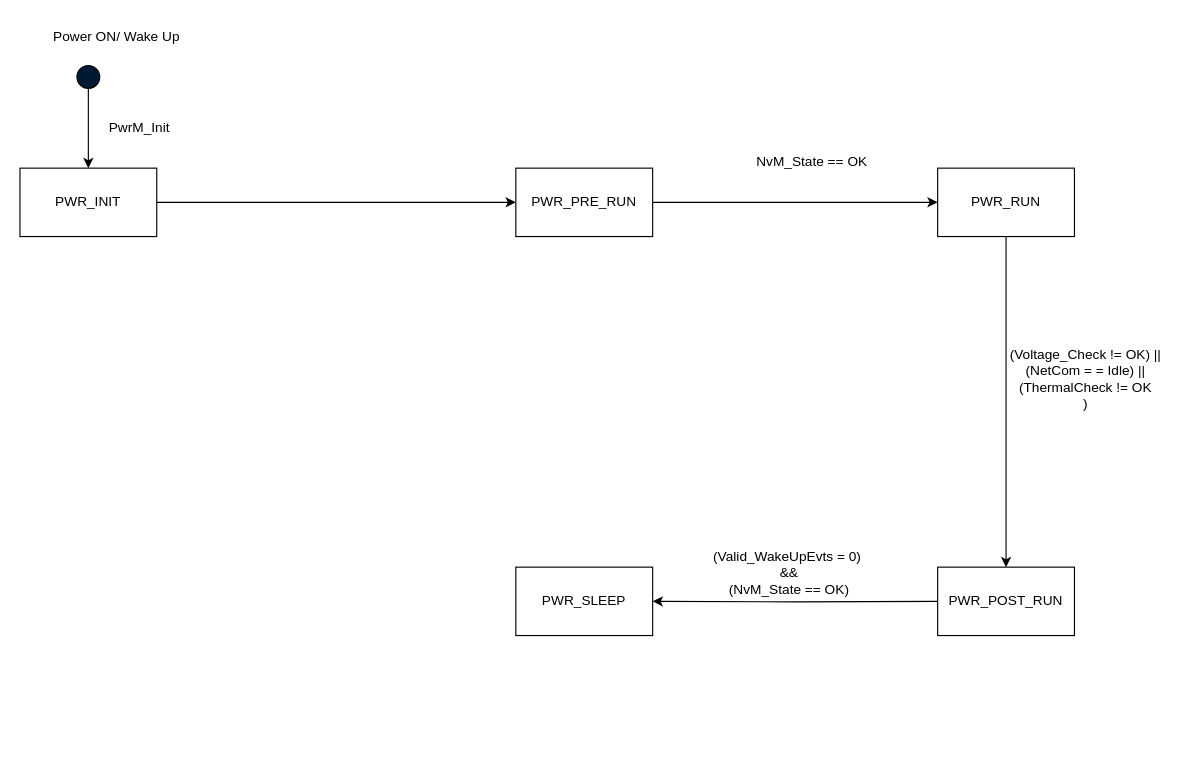
Before: Untitled Diagram.drawio in zyqiang0713/hello_world, a draw.io diagram. Source tidied: cells renumbered, new cells numbered last; positions are measured from the earlier drawing's top-left corner, leaving out a move shared by most shapes. Both pictures are drawn from the tidied source at 114%, with x=0, y=0 at pixel (19, 19).
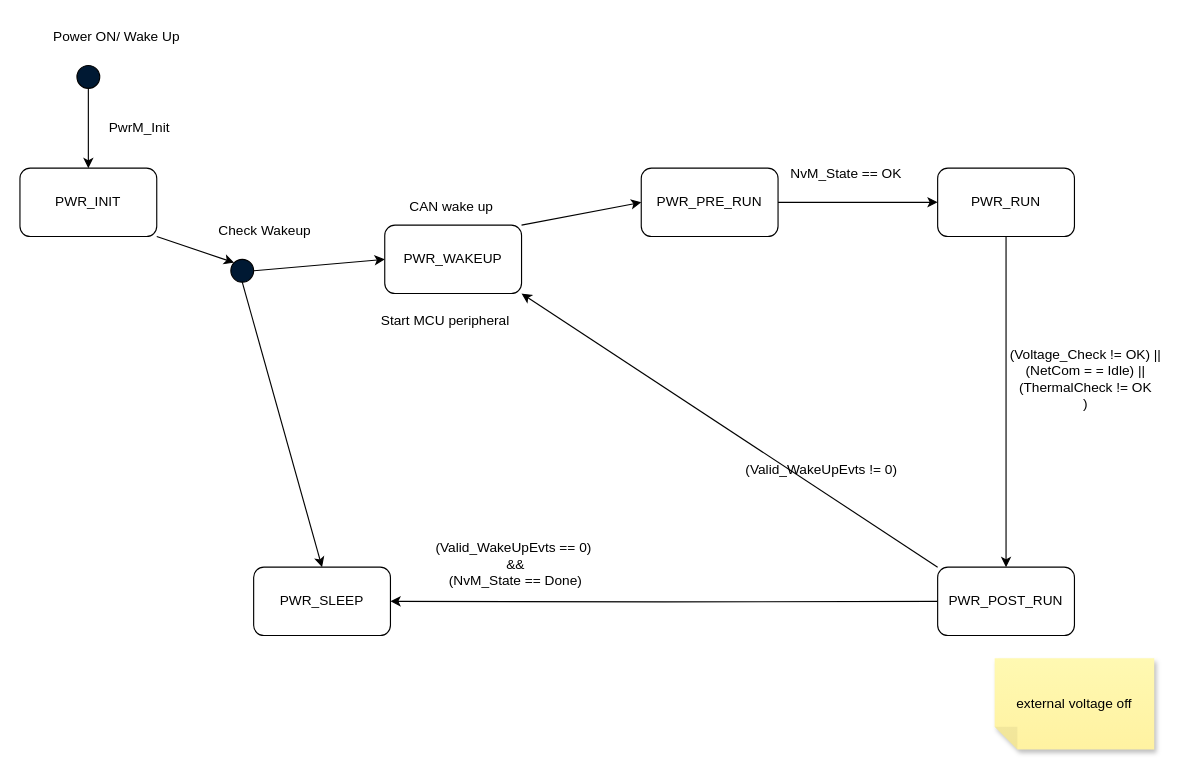
The same page after the edit.

Diff of the diagram source:
```diff
@@
-    <mxCell id="3" value="PWR_PRE_RUN" style="rounded=0;whiteSpace=wrap;html=1;" parent="1" vertex="1">
-      <mxGeometry x="435" y="130" width="120" height="60" as="geometry" />
+    <mxCell id="3" value="PWR_PRE_RUN" style="rounded=1;whiteSpace=wrap;html=1;gradientColor=none;glass=0;" parent="1" vertex="1">
+      <mxGeometry x="545" y="130" width="120" height="60" as="geometry" />
     </mxCell>
@@
-    <mxCell id="5" value="PWR_RUN" style="rounded=0;whiteSpace=wrap;html=1;" parent="1" vertex="1">
+    <mxCell id="5" value="PWR_RUN" style="rounded=1;whiteSpace=wrap;html=1;" parent="1" vertex="1">
       <mxGeometry x="805" y="130" width="120" height="60" as="geometry" />
     </mxCell>
-    <mxCell id="6" style="edgeStyle=orthogonalEdgeStyle;rounded=0;jettySize=auto;html=1;exitX=1;exitY=0.5;exitDx=0;exitDy=0;" parent="1" edge="1" source="7" target="3">
-      <mxGeometry relative="1" as="geometry" />
-    </mxCell>
-    <mxCell id="7" value="PWR_INIT" style="rounded=0;whiteSpace=wrap;html=1;" parent="1" vertex="1">
+    <mxCell id="7" value="PWR_INIT" style="rounded=1;whiteSpace=wrap;html=1;" parent="1" vertex="1">
       <mxGeometry y="130" width="120" height="60" as="geometry" />
     </mxCell>
@@
-    <mxCell id="9" value="&lt;div&gt;PWR_POST_RUN&lt;/div&gt;" style="rounded=0;whiteSpace=wrap;html=1;" parent="1" vertex="1">
+    <mxCell id="9" value="&lt;div&gt;PWR_POST_RUN&lt;/div&gt;" style="rounded=1;whiteSpace=wrap;html=1;" parent="1" vertex="1">
       <mxGeometry x="805" y="480" width="120" height="60" as="geometry" />
     </mxCell>
-    <mxCell id="10" value="&lt;div&gt;PWR_SLEEP&lt;/div&gt;" style="rounded=0;whiteSpace=wrap;html=1;" parent="1" vertex="1">
-      <mxGeometry x="435" y="480" width="120" height="60" as="geometry" />
+    <mxCell id="10" value="&lt;div&gt;PWR_SLEEP&lt;/div&gt;" style="rounded=1;whiteSpace=wrap;html=1;" parent="1" vertex="1">
+      <mxGeometry x="205" y="480" width="120" height="60" as="geometry" />
     </mxCell>
@@
     <mxCell id="15" value="&lt;div&gt;NvM_State == OK&lt;/div&gt;" style="text;strokeColor=none;align=center;fillColor=none;html=1;verticalAlign=middle;whiteSpace=wrap;rounded=0;" parent="1" vertex="1">
-      <mxGeometry x="635" y="110" width="120" height="30" as="geometry" />
+      <mxGeometry x="665" y="120" width="120" height="30" as="geometry" />
     </mxCell>
@@
-    <mxCell id="17" value="&lt;div&gt;(Valid_WakeUpEvts = 0)&amp;nbsp;&lt;/div&gt;&lt;div&gt;&amp;amp;&amp;amp;&lt;/div&gt;&lt;div&gt;(NvM_State == OK)&lt;br&gt;&lt;/div&gt;" style="text;strokeColor=none;align=center;fillColor=none;html=1;verticalAlign=middle;whiteSpace=wrap;rounded=0;" parent="1" vertex="1">
-      <mxGeometry x="585" y="470" width="180" height="30" as="geometry" />
+    <mxCell id="17" value="&lt;br&gt;&lt;div&gt;(Valid_WakeUpEvts == 0)&amp;nbsp;&lt;/div&gt;&lt;div&gt;&amp;amp;&amp;amp;&lt;/div&gt;&lt;div&gt;(NvM_State == Done)&lt;br&gt;&lt;/div&gt;" style="text;strokeColor=none;align=center;fillColor=none;html=1;verticalAlign=middle;whiteSpace=wrap;rounded=0;" parent="1" vertex="1">
+      <mxGeometry x="345" y="440" width="180" height="60" as="geometry" />
     </mxCell>
+    <mxCell id="18" style="endArrow=classic;html=1;rounded=0;exitX=0;exitY=0;exitDx=0;exitDy=0;entryX=1;entryY=1;entryDx=0;entryDy=0;" parent="1" edge="1" source="9" target="28">
+      <mxGeometry relative="1" as="geometry" />
+    </mxCell>
+    <mxCell id="19" value="&lt;br&gt;&lt;div&gt;(Valid_WakeUpEvts != 0)&amp;nbsp;&lt;/div&gt;&lt;br&gt;" style="text;strokeColor=none;align=center;fillColor=none;html=1;verticalAlign=middle;whiteSpace=wrap;rounded=0;" parent="1" vertex="1">
+      <mxGeometry x="615" y="380" width="180" height="30" as="geometry" />
+    </mxCell>
+    <mxCell id="20" value="external voltage off" style="shape=note;whiteSpace=wrap;html=1;backgroundOutline=1;fontColor=#000000;darkOpacity=0.05;fillColor=#FFF9B2;strokeColor=none;fillStyle=solid;direction=west;gradientDirection=north;gradientColor=#FFF2A1;shadow=1;size=20;" parent="1" vertex="1">
+      <mxGeometry x="855" y="560" width="140" height="80" as="geometry" />
+    </mxCell>
+    <mxCell id="21" style="endArrow=classic;html=1;rounded=0;exitX=1;exitY=0.5;exitDx=0;exitDy=0;entryX=0;entryY=0.5;entryDx=0;entryDy=0;" parent="1" edge="1" source="24" target="28">
+      <mxGeometry relative="1" as="geometry" />
+    </mxCell>
+    <mxCell id="22" style="endArrow=classic;html=1;rounded=0;exitX=1;exitY=0;exitDx=0;exitDy=0;entryX=0;entryY=0.5;entryDx=0;entryDy=0;" parent="1" edge="1" source="28" target="3">
+      <mxGeometry relative="1" as="geometry" />
+    </mxCell>
+    <mxCell id="23" style="endArrow=classic;html=1;rounded=0;exitX=1;exitY=1;exitDx=0;exitDy=0;entryX=0;entryY=0;entryDx=0;entryDy=0;" parent="1" edge="1" source="7" target="24">
+      <mxGeometry relative="1" as="geometry" />
+    </mxCell>
+    <mxCell id="24" style="ellipse;whiteSpace=wrap;html=1;fillStyle=solid;fillColor=#001933;" parent="1" vertex="1">
+      <mxGeometry x="185" y="210" width="20" height="20" as="geometry" />
+    </mxCell>
+    <mxCell id="25" value="Check Wakeup" style="text;strokeColor=none;align=center;fillColor=none;html=1;verticalAlign=middle;whiteSpace=wrap;rounded=0;" parent="1" vertex="1">
+      <mxGeometry x="155" y="170" width="120" height="30" as="geometry" />
+    </mxCell>
+    <mxCell id="26" style="endArrow=classic;html=1;rounded=0;exitX=0.5;exitY=1;exitDx=0;exitDy=0;entryX=0.5;entryY=0;entryDx=0;entryDy=0;" parent="1" edge="1" source="24" target="10">
+      <mxGeometry relative="1" as="geometry" />
+    </mxCell>
+    <mxCell id="27" style="group;" parent="1" vertex="1">
+      <mxGeometry x="315" y="120" width="130" height="170" as="geometry" />
+    </mxCell>
+    <mxCell id="28" value="PWR_WAKEUP" style="rounded=1;whiteSpace=wrap;html=1;" parent="27" vertex="1">
+      <mxGeometry x="5" y="60" width="120" height="60" as="geometry" />
+    </mxCell>
+    <mxCell id="29" value="Start MCU peripheral" style="text;whiteSpace=wrap;html=1;" parent="27" vertex="1">
+      <mxGeometry y="130" width="125" height="40" as="geometry" />
+    </mxCell>
+    <mxCell id="30" value="CAN wake up" style="text;whiteSpace=wrap;html=1;" parent="27" vertex="1">
+      <mxGeometry x="25" y="30" width="100" height="30" as="geometry" />
+    </mxCell>
```
